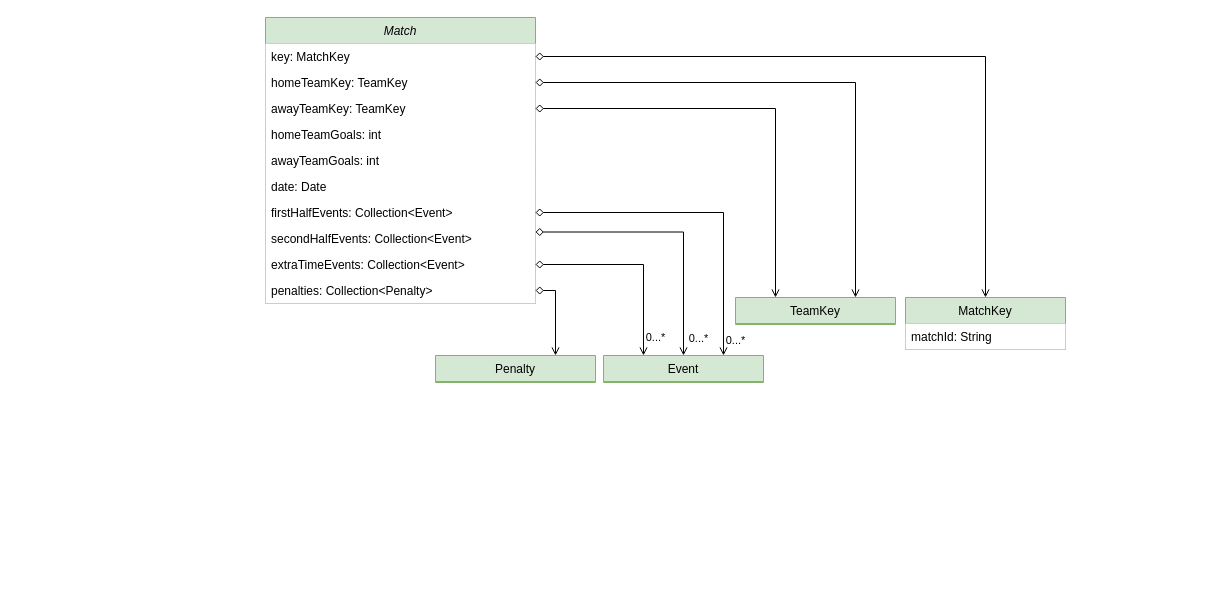
BrunoMNDantas/FlashscoreAPI keeps this draw.io diagram as page "Match" (5 of 8) of docs/Overall.drawio. Above is the earlier version. Source tidied: cells renumbered, new cells numbered last; positions are measured from the earlier drawing's top-left corner, leaving out a move shared by most shapes. Both pictures are drawn from the tidied source at 100%, with x=0, y=0 at pixel (265, 17).
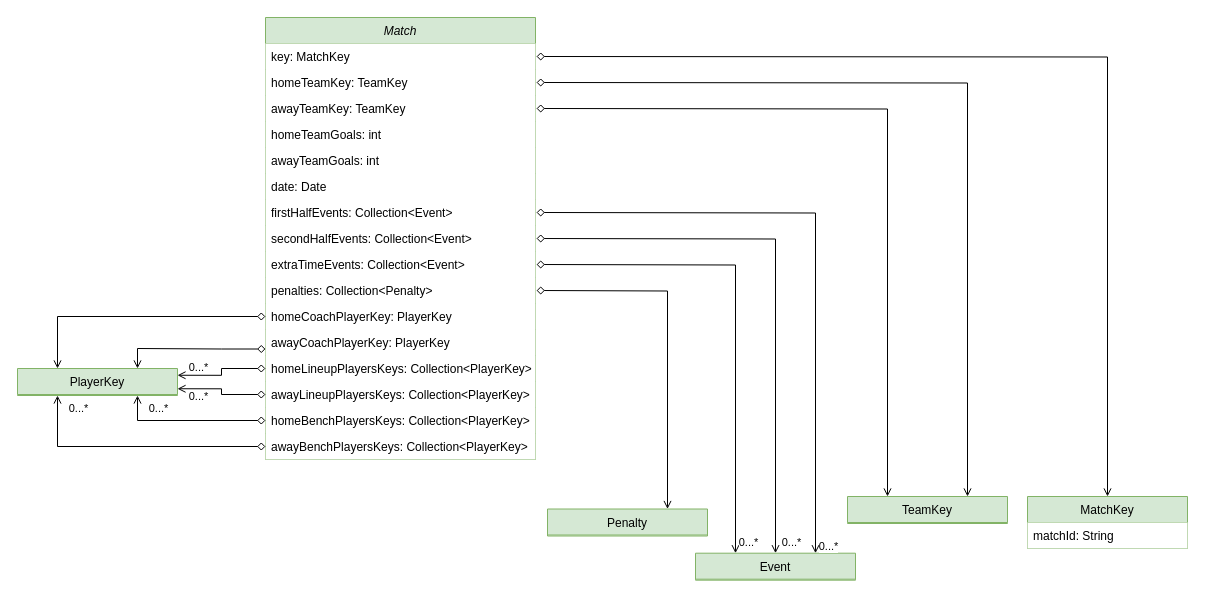
The same diagram, later.

Unchanged cells that the change refers to:
```xml
<mxCell id="5" value="key: MatchKey" style="text;align=left;verticalAlign=top;spacingLeft=4;spacingRight=4;overflow=hidden;points=[[0,0.5],[1,0.5]];portConstraint=eastwest;fillColor=default;" parent="4" vertex="1">
  <mxGeometry y="26" width="270" height="26" as="geometry" />
</mxCell>
<mxCell id="6" value="homeTeamKey: TeamKey" style="text;align=left;verticalAlign=top;spacingLeft=4;spacingRight=4;overflow=hidden;points=[[0,0.5],[1,0.5]];portConstraint=eastwest;rounded=0;shadow=0;html=0;fillColor=default;" parent="4" vertex="1">
  <mxGeometry y="52" width="270" height="26" as="geometry" />
</mxCell>
<mxCell id="7" value="awayTeamKey: TeamKey" style="text;align=left;verticalAlign=top;spacingLeft=4;spacingRight=4;overflow=hidden;points=[[0,0.5],[1,0.5]];portConstraint=eastwest;rounded=0;shadow=0;html=0;fillColor=default;" parent="4" vertex="1">
  <mxGeometry y="78" width="270" height="26" as="geometry" />
</mxCell>
<mxCell id="11" value="firstHalfEvents: Collection&lt;Event&gt;" style="text;align=left;verticalAlign=top;spacingLeft=4;spacingRight=4;overflow=hidden;points=[[0,0.5],[1,0.5]];portConstraint=eastwest;rounded=0;shadow=0;html=0;fillColor=default;" parent="4" vertex="1">
  <mxGeometry y="182" width="270" height="26" as="geometry" />
</mxCell>
<mxCell id="13" value="extraTimeEvents: Collection&lt;Event&gt;" style="text;align=left;verticalAlign=top;spacingLeft=4;spacingRight=4;overflow=hidden;points=[[0,0.5],[1,0.5]];portConstraint=eastwest;rounded=0;shadow=0;html=0;fillColor=default;" parent="4" vertex="1">
  <mxGeometry y="234" width="270" height="26" as="geometry" />
</mxCell>
<mxCell id="14" value="penalties: Collection&lt;Penalty&gt;" style="text;align=left;verticalAlign=top;spacingLeft=4;spacingRight=4;overflow=hidden;points=[[0,0.5],[1,0.5]];portConstraint=eastwest;rounded=0;shadow=0;html=0;fillColor=default;" parent="4" vertex="1">
  <mxGeometry y="260" width="270" height="26" as="geometry" />
</mxCell>
```

The edit, as a diff of the source:
```diff
@@
-    <mxCell id="2" style="edgeStyle=orthogonalEdgeStyle;rounded=0;jettySize=auto;html=1;exitX=1;exitY=0.75;exitDx=0;exitDy=0;entryX=0.5;entryY=0;entryDx=0;entryDy=0;endArrow=open;endFill=0;startArrow=diamond;startFill=0;" parent="1" edge="1" source="4" target="19">
-      <mxGeometry relative="1" as="geometry" />
+    <mxCell id="2" style="edgeStyle=orthogonalEdgeStyle;rounded=0;jettySize=auto;html=1;exitX=1;exitY=0.5;exitDx=0;exitDy=0;entryX=0.5;entryY=0;entryDx=0;entryDy=0;endArrow=open;endFill=0;startArrow=diamond;startFill=0;" parent="1" edge="1" target="19">
+      <mxGeometry relative="1" as="geometry">
+        <mxPoint x="271" y="221" as="sourcePoint" />
+      </mxGeometry>
     </mxCell>
     <mxCell id="3" value="0...*" style="edgeLabel;html=1;align=center;verticalAlign=middle;" parent="2" vertex="1">
       <mxGeometry x="0.47" y="-4" relative="1" as="geometry">
-        <mxPoint x="18" y="54" as="offset" />
+        <mxPoint x="19" y="135" as="offset" />
       </mxGeometry>
     </mxCell>
+    <mxCell id="28" style="edgeStyle=orthogonalEdgeStyle;rounded=0;jettySize=auto;html=1;exitX=0;exitY=0.75;exitDx=0;exitDy=0;entryX=0.75;entryY=0;entryDx=0;entryDy=0;startArrow=diamond;startFill=0;endArrow=open;endFill=0;" parent="1" edge="1" source="4" target="35">
+      <mxGeometry relative="1" as="geometry" />
+    </mxCell>
     <mxCell id="4" value="Match" style="swimlane;fontStyle=2;align=center;verticalAlign=top;horizontal=1;startSize=26;rounded=0;shadow=0;strokeWidth=1;fillColor=#d5e8d4;strokeColor=#82b366;" parent="1" vertex="1">
-      <mxGeometry width="270" height="286" as="geometry" />
+      <mxGeometry width="270" height="442" as="geometry" />
     </mxCell>
@@
+    <mxCell id="29" value="homeCoachPlayerKey: PlayerKey" style="text;align=left;verticalAlign=top;spacingLeft=4;spacingRight=4;overflow=hidden;points=[[0,0.5],[1,0.5]];portConstraint=eastwest;rounded=0;shadow=0;html=0;fillColor=default;" parent="4" vertex="1">
+      <mxGeometry y="286" width="270" height="26" as="geometry" />
+    </mxCell>
+    <mxCell id="30" value="awayCoachPlayerKey: PlayerKey" style="text;align=left;verticalAlign=top;spacingLeft=4;spacingRight=4;overflow=hidden;rounded=0;shadow=0;html=0;fillColor=default;" parent="4" vertex="1">
+      <mxGeometry y="312" width="270" height="26" as="geometry" />
+    </mxCell>
+    <mxCell id="31" value="homeLineupPlayersKeys: Collection&lt;PlayerKey&gt;" style="text;align=left;verticalAlign=top;spacingLeft=4;spacingRight=4;overflow=hidden;points=[[0,0.5],[1,0.5]];portConstraint=eastwest;rounded=0;shadow=0;html=0;fillColor=default;" parent="4" vertex="1">
+      <mxGeometry y="338" width="270" height="26" as="geometry" />
+    </mxCell>
+    <mxCell id="32" value="awayLineupPlayersKeys: Collection&lt;PlayerKey&gt;" style="text;align=left;verticalAlign=top;spacingLeft=4;spacingRight=4;overflow=hidden;points=[[0,0.5],[1,0.5]];portConstraint=eastwest;rounded=0;shadow=0;html=0;fillColor=default;" parent="4" vertex="1">
+      <mxGeometry y="364" width="270" height="26" as="geometry" />
+    </mxCell>
+    <mxCell id="33" value="homeBenchPlayersKeys: Collection&lt;PlayerKey&gt;" style="text;align=left;verticalAlign=top;spacingLeft=4;spacingRight=4;overflow=hidden;points=[[0,0.5],[1,0.5]];portConstraint=eastwest;rounded=0;shadow=0;html=0;fillColor=default;" parent="4" vertex="1">
+      <mxGeometry y="390" width="270" height="26" as="geometry" />
+    </mxCell>
+    <mxCell id="34" value="awayBenchPlayersKeys: Collection&lt;PlayerKey&gt;" style="text;align=left;verticalAlign=top;spacingLeft=4;spacingRight=4;overflow=hidden;points=[[0,0.5],[1,0.5]];portConstraint=eastwest;rounded=0;shadow=0;html=0;fillColor=default;" parent="4" vertex="1">
+      <mxGeometry y="416" width="270" height="26" as="geometry" />
+    </mxCell>
     <mxCell id="15" value="MatchKey" style="swimlane;fontStyle=0;align=center;verticalAlign=top;horizontal=1;startSize=26;rounded=0;shadow=0;strokeWidth=1;fillColor=#d5e8d4;strokeColor=#82b366;" parent="1" vertex="1">
-      <mxGeometry x="640" y="280" width="160" height="52" as="geometry" />
+      <mxGeometry x="762" y="479" width="160" height="52" as="geometry" />
     </mxCell>
@@
-    <mxCell id="17" style="edgeStyle=orthogonalEdgeStyle;rounded=0;jettySize=auto;html=1;exitX=1;exitY=0.5;exitDx=0;exitDy=0;entryX=0.5;entryY=0;entryDx=0;entryDy=0;shadow=0;flowAnimation=0;endArrow=open;endFill=0;startArrow=diamond;startFill=0;" parent="1" edge="1" source="5" target="15">
-      <mxGeometry relative="1" as="geometry" />
+    <mxCell id="17" style="edgeStyle=orthogonalEdgeStyle;rounded=0;jettySize=auto;html=1;exitX=1;exitY=0.5;exitDx=0;exitDy=0;entryX=0.5;entryY=0;entryDx=0;entryDy=0;shadow=0;flowAnimation=0;endArrow=open;endFill=0;startArrow=diamond;startFill=0;" parent="1" edge="1" target="15">
+      <mxGeometry relative="1" as="geometry">
+        <mxPoint x="271" y="39" as="sourcePoint" />
+      </mxGeometry>
     </mxCell>
     <mxCell id="18" value="TeamKey" style="swimlane;fontStyle=0;align=center;verticalAlign=top;horizontal=1;startSize=26;rounded=0;shadow=0;strokeWidth=1;fillColor=#d5e8d4;strokeColor=#82b366;" parent="1" vertex="1">
-      <mxGeometry x="470" y="280" width="160" height="27" as="geometry" />
+      <mxGeometry x="582" y="479" width="160" height="27" as="geometry" />
     </mxCell>
     <mxCell id="19" value="Event" style="swimlane;fontStyle=0;align=center;verticalAlign=top;horizontal=1;startSize=26;rounded=0;shadow=0;strokeWidth=1;fillColor=#d5e8d4;strokeColor=#82b366;" parent="1" vertex="1">
-      <mxGeometry x="338" y="338" width="160" height="27" as="geometry" />
+      <mxGeometry x="430" y="535.7" width="160" height="27" as="geometry" />
     </mxCell>
-    <mxCell id="20" style="edgeStyle=orthogonalEdgeStyle;rounded=0;jettySize=auto;html=1;exitX=1;exitY=0.5;exitDx=0;exitDy=0;entryX=0.75;entryY=0;entryDx=0;entryDy=0;endArrow=open;endFill=0;startArrow=diamond;startFill=0;" parent="1" edge="1" source="6" target="18">
-      <mxGeometry relative="1" as="geometry" />
+    <mxCell id="20" style="edgeStyle=orthogonalEdgeStyle;rounded=0;jettySize=auto;html=1;exitX=1;exitY=0.5;exitDx=0;exitDy=0;entryX=0.75;entryY=0;entryDx=0;entryDy=0;endArrow=open;endFill=0;startArrow=diamond;startFill=0;" parent="1" edge="1" target="18">
+      <mxGeometry relative="1" as="geometry">
+        <mxPoint x="271" y="65" as="sourcePoint" />
+      </mxGeometry>
     </mxCell>
-    <mxCell id="21" style="edgeStyle=orthogonalEdgeStyle;rounded=0;jettySize=auto;html=1;exitX=1;exitY=0.5;exitDx=0;exitDy=0;entryX=0.25;entryY=0;entryDx=0;entryDy=0;endArrow=open;endFill=0;startArrow=diamond;startFill=0;" parent="1" edge="1" source="7" target="18">
-      <mxGeometry relative="1" as="geometry" />
+    <mxCell id="21" style="edgeStyle=orthogonalEdgeStyle;rounded=0;jettySize=auto;html=1;exitX=1;exitY=0.5;exitDx=0;exitDy=0;entryX=0.25;entryY=0;entryDx=0;entryDy=0;endArrow=open;endFill=0;startArrow=diamond;startFill=0;" parent="1" edge="1" target="18">
+      <mxGeometry relative="1" as="geometry">
+        <mxPoint x="271" y="91" as="sourcePoint" />
+      </mxGeometry>
     </mxCell>
     <mxCell id="22" value="Penalty" style="swimlane;fontStyle=0;align=center;verticalAlign=top;horizontal=1;startSize=26;rounded=0;shadow=0;strokeWidth=1;fillColor=#d5e8d4;strokeColor=#82b366;" parent="1" vertex="1">
-      <mxGeometry x="170" y="338" width="160" height="27" as="geometry" />
+      <mxGeometry x="282" y="491.5" width="160" height="27" as="geometry" />
     </mxCell>
-    <mxCell id="23" style="edgeStyle=orthogonalEdgeStyle;rounded=0;jettySize=auto;html=1;exitX=1;exitY=0.5;exitDx=0;exitDy=0;entryX=0.75;entryY=0;entryDx=0;entryDy=0;endArrow=open;endFill=0;startArrow=diamond;startFill=0;" parent="1" edge="1" source="11" target="19">
-      <mxGeometry relative="1" as="geometry" />
+    <mxCell id="23" style="edgeStyle=orthogonalEdgeStyle;rounded=0;jettySize=auto;html=1;exitX=1;exitY=0.5;exitDx=0;exitDy=0;entryX=0.75;entryY=0;entryDx=0;entryDy=0;endArrow=open;endFill=0;startArrow=diamond;startFill=0;" parent="1" edge="1" target="19">
+      <mxGeometry relative="1" as="geometry">
+        <mxPoint x="271" y="195" as="sourcePoint" />
+      </mxGeometry>
     </mxCell>
     <mxCell id="24" value="0...*" style="edgeLabel;html=1;align=center;verticalAlign=middle;" parent="23" vertex="1">
       <mxGeometry x="0.36" y="2" relative="1" as="geometry">
-        <mxPoint x="9" y="90" as="offset" />
+        <mxPoint x="10" y="191" as="offset" />
       </mxGeometry>
     </mxCell>
-    <mxCell id="25" style="edgeStyle=orthogonalEdgeStyle;rounded=0;jettySize=auto;html=1;exitX=1;exitY=0.5;exitDx=0;exitDy=0;entryX=0.25;entryY=0;entryDx=0;entryDy=0;endArrow=open;endFill=0;startArrow=diamond;startFill=0;" parent="1" edge="1" source="13" target="19">
-      <mxGeometry relative="1" as="geometry" />
+    <mxCell id="25" style="edgeStyle=orthogonalEdgeStyle;rounded=0;jettySize=auto;html=1;exitX=1;exitY=0.5;exitDx=0;exitDy=0;entryX=0.25;entryY=0;entryDx=0;entryDy=0;endArrow=open;endFill=0;startArrow=diamond;startFill=0;" parent="1" edge="1" target="19">
+      <mxGeometry relative="1" as="geometry">
+        <mxPoint x="271" y="247" as="sourcePoint" />
+      </mxGeometry>
     </mxCell>
     <mxCell id="26" value="0...*" style="edgeLabel;html=1;align=center;verticalAlign=middle;" parent="25" vertex="1">
       <mxGeometry x="0.41" y="-2" relative="1" as="geometry">
-        <mxPoint x="13" y="40" as="offset" />
+        <mxPoint x="14" y="133" as="offset" />
       </mxGeometry>
     </mxCell>
-    <mxCell id="27" style="edgeStyle=orthogonalEdgeStyle;rounded=0;jettySize=auto;html=1;exitX=1;exitY=0.5;exitDx=0;exitDy=0;entryX=0.75;entryY=0;entryDx=0;entryDy=0;endArrow=open;endFill=0;startArrow=diamond;startFill=0;" parent="1" edge="1" source="14" target="22">
-      <mxGeometry relative="1" as="geometry" />
+    <mxCell id="27" style="edgeStyle=orthogonalEdgeStyle;rounded=0;jettySize=auto;html=1;exitX=1;exitY=0.5;exitDx=0;exitDy=0;entryX=0.75;entryY=0;entryDx=0;entryDy=0;endArrow=open;endFill=0;startArrow=diamond;startFill=0;" parent="1" edge="1" target="22">
+      <mxGeometry relative="1" as="geometry">
+        <mxPoint x="271" y="273" as="sourcePoint" />
+      </mxGeometry>
     </mxCell>
+    <mxCell id="35" value="PlayerKey" style="swimlane;fontStyle=0;align=center;verticalAlign=top;horizontal=1;startSize=26;rounded=0;shadow=0;strokeWidth=1;fillColor=#d5e8d4;strokeColor=#82b366;" parent="1" vertex="1">
+      <mxGeometry x="-248" y="351" width="160" height="27" as="geometry" />
+    </mxCell>
+    <mxCell id="36" style="edgeStyle=orthogonalEdgeStyle;rounded=0;jettySize=auto;html=1;exitX=0;exitY=0.5;exitDx=0;exitDy=0;entryX=0.25;entryY=0;entryDx=0;entryDy=0;endArrow=open;endFill=0;startArrow=diamond;startFill=0;" parent="1" edge="1" source="29" target="35">
+      <mxGeometry relative="1" as="geometry" />
+    </mxCell>
+    <mxCell id="37" style="edgeStyle=orthogonalEdgeStyle;rounded=0;jettySize=auto;html=1;exitX=0;exitY=0.5;exitDx=0;exitDy=0;entryX=0.25;entryY=1;entryDx=0;entryDy=0;endArrow=open;endFill=0;startArrow=diamond;startFill=0;" parent="1" edge="1" source="34" target="35">
+      <mxGeometry relative="1" as="geometry" />
+    </mxCell>
+    <mxCell id="38" style="edgeStyle=orthogonalEdgeStyle;rounded=0;jettySize=auto;html=1;exitX=0;exitY=0.5;exitDx=0;exitDy=0;entryX=0.75;entryY=1;entryDx=0;entryDy=0;endArrow=open;endFill=0;startArrow=diamond;startFill=0;" parent="1" edge="1" source="33" target="35">
+      <mxGeometry relative="1" as="geometry" />
+    </mxCell>
+    <mxCell id="39" style="edgeStyle=orthogonalEdgeStyle;rounded=0;jettySize=auto;html=1;exitX=0;exitY=0.5;exitDx=0;exitDy=0;entryX=1;entryY=0.25;entryDx=0;entryDy=0;endArrow=open;endFill=0;startArrow=diamond;startFill=0;" parent="1" edge="1" source="31" target="35">
+      <mxGeometry relative="1" as="geometry" />
+    </mxCell>
+    <mxCell id="40" value="0...*" style="edgeLabel;html=1;align=center;verticalAlign=middle;" parent="39" vertex="1">
+      <mxGeometry x="-0.53" y="2" relative="1" as="geometry">
+        <mxPoint x="-46" y="-4" as="offset" />
+      </mxGeometry>
+    </mxCell>
+    <mxCell id="41" style="edgeStyle=orthogonalEdgeStyle;rounded=0;jettySize=auto;html=1;exitX=0;exitY=0.5;exitDx=0;exitDy=0;entryX=1;entryY=0.75;entryDx=0;entryDy=0;endArrow=open;endFill=0;startArrow=diamond;startFill=0;" parent="1" edge="1" source="32" target="35">
+      <mxGeometry relative="1" as="geometry" />
+    </mxCell>
+    <mxCell id="42" value="0...*" style="edgeLabel;html=1;align=center;verticalAlign=middle;" parent="1" vertex="1">
+      <mxGeometry x="-68" y="378" as="geometry" />
+    </mxCell>
+    <mxCell id="43" value="0...*" style="edgeLabel;html=1;align=center;verticalAlign=middle;" parent="1" vertex="1">
+      <mxGeometry x="-108" y="390" as="geometry" />
+    </mxCell>
+    <mxCell id="44" value="0...*" style="edgeLabel;html=1;align=center;verticalAlign=middle;" parent="1" vertex="1">
+      <mxGeometry x="-188" y="390" as="geometry" />
+    </mxCell>
```
